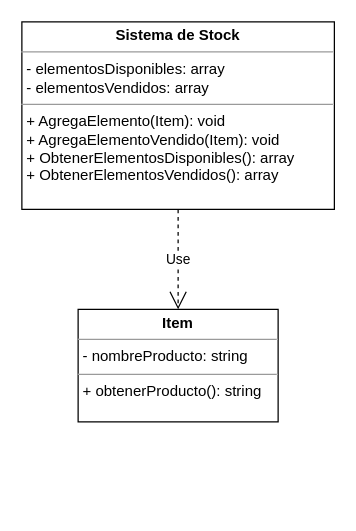
The draw.io diagram ejercicioNumero1/umlkiosco.drawio in ZulaicaE/primeraEntregaSegundoCuatri, before the edit. Source tidied: cells renumbered, new cells numbered last; positions are measured from the earlier drawing's top-left corner, leaving out a move shared by most shapes. Both pictures are drawn from the tidied source at 125%, with x=0, y=0 at pixel (21, 21).
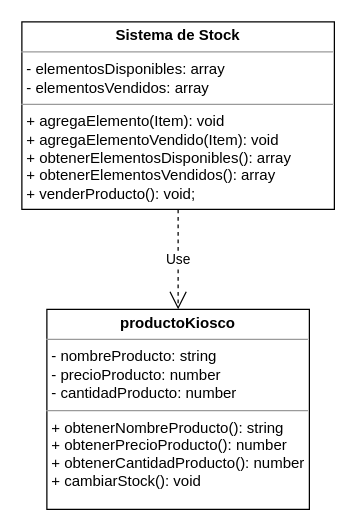
The same page after the edit.

Change to the diagram source:
```diff
@@
 <mxGraphModel>
   <root>
     <mxCell id="0" />
     <mxCell id="1" parent="0" />
-    <mxCell id="2" value="&lt;p style=&quot;margin:0px;margin-top:4px;text-align:center;&quot;&gt;&lt;b&gt;Sistema de Stock&lt;/b&gt;&lt;/p&gt;&lt;hr size=&quot;1&quot;&gt;&lt;p style=&quot;margin:0px;margin-left:4px;&quot;&gt;- elementosDisponibles: array&amp;nbsp;&lt;/p&gt;&lt;p style=&quot;margin:0px;margin-left:4px;&quot;&gt;- elementosVendidos: array&lt;/p&gt;&lt;hr size=&quot;1&quot;&gt;&lt;p style=&quot;margin:0px;margin-left:4px;&quot;&gt;+ AgregaElemento(Item): void&lt;/p&gt;&lt;p style=&quot;margin:0px;margin-left:4px;&quot;&gt;+ AgregaElementoVendido(Item): void&lt;/p&gt;&lt;p style=&quot;margin:0px;margin-left:4px;&quot;&gt;+ ObtenerElementosDisponibles(): array&lt;/p&gt;&lt;p style=&quot;margin:0px;margin-left:4px;&quot;&gt;+ ObtenerElementosVendidos(): array&lt;/p&gt;" style="verticalAlign=top;align=left;overflow=fill;fontSize=12;fontFamily=Helvetica;html=1;" parent="1" vertex="1">
+    <mxCell id="2" value="&lt;p style=&quot;margin:0px;margin-top:4px;text-align:center;&quot;&gt;&lt;b&gt;Sistema de Stock&lt;/b&gt;&lt;/p&gt;&lt;hr size=&quot;1&quot;&gt;&lt;p style=&quot;margin:0px;margin-left:4px;&quot;&gt;- elementosDisponibles: array&amp;nbsp;&lt;/p&gt;&lt;p style=&quot;margin:0px;margin-left:4px;&quot;&gt;- elementosVendidos: array&lt;/p&gt;&lt;hr size=&quot;1&quot;&gt;&lt;p style=&quot;margin:0px;margin-left:4px;&quot;&gt;+ agregaElemento(Item): void&lt;/p&gt;&lt;p style=&quot;margin:0px;margin-left:4px;&quot;&gt;+ agregaElementoVendido(Item): void&lt;/p&gt;&lt;p style=&quot;margin:0px;margin-left:4px;&quot;&gt;+ obtenerElementosDisponibles(): array&lt;/p&gt;&lt;p style=&quot;margin:0px;margin-left:4px;&quot;&gt;+ obtenerElementosVendidos(): array&lt;/p&gt;&lt;p style=&quot;margin:0px;margin-left:4px;&quot;&gt;+ venderProducto(): void;&lt;/p&gt;" style="verticalAlign=top;align=left;overflow=fill;fontSize=12;fontFamily=Helvetica;html=1;" parent="1" vertex="1">
       <mxGeometry width="250" height="150" as="geometry" />
     </mxCell>
-    <mxCell id="3" value="&lt;p style=&quot;margin:0px;margin-top:4px;text-align:center;&quot;&gt;&lt;b&gt;Item&lt;/b&gt;&lt;/p&gt;&lt;hr size=&quot;1&quot;&gt;&lt;p style=&quot;margin:0px;margin-left:4px;&quot;&gt;- nombreProducto: string&lt;/p&gt;&lt;hr size=&quot;1&quot;&gt;&lt;p style=&quot;margin:0px;margin-left:4px;&quot;&gt;+ obtenerProducto(): string&lt;/p&gt;" style="verticalAlign=top;align=left;overflow=fill;fontSize=12;fontFamily=Helvetica;html=1;" parent="1" vertex="1">
-      <mxGeometry x="45" y="230" width="160" height="90" as="geometry" />
+    <mxCell id="3" value="&lt;p style=&quot;margin:0px;margin-top:4px;text-align:center;&quot;&gt;&lt;b&gt;productoKiosco&lt;/b&gt;&lt;/p&gt;&lt;hr size=&quot;1&quot;&gt;&lt;p style=&quot;margin:0px;margin-left:4px;&quot;&gt;- nombreProducto: string&lt;/p&gt;&lt;p style=&quot;margin:0px;margin-left:4px;&quot;&gt;- precioProducto: number&lt;/p&gt;&lt;p style=&quot;margin:0px;margin-left:4px;&quot;&gt;- cantidadProducto: number&lt;/p&gt;&lt;hr size=&quot;1&quot;&gt;&lt;p style=&quot;margin:0px;margin-left:4px;&quot;&gt;+ obtenerNombreProducto(): string&lt;/p&gt;&lt;p style=&quot;margin:0px;margin-left:4px;&quot;&gt;+ obtenerPrecioProducto(): number&lt;/p&gt;&lt;p style=&quot;margin:0px;margin-left:4px;&quot;&gt;+ obtenerCantidadProducto(): number&lt;/p&gt;&lt;p style=&quot;margin:0px;margin-left:4px;&quot;&gt;+ cambiarStock(): void&lt;/p&gt;" style="verticalAlign=top;align=left;overflow=fill;fontSize=12;fontFamily=Helvetica;html=1;" parent="1" vertex="1">
+      <mxGeometry x="20" y="230" width="210" height="160" as="geometry" />
     </mxCell>
     <mxCell id="4" value="Use" style="endArrow=open;endSize=12;dashed=1;html=1;entryX=0.5;entryY=0;entryDx=0;entryDy=0;exitX=0.5;exitY=1;exitDx=0;exitDy=0;" parent="1" edge="1" source="2" target="3">
       <mxGeometry relative="1" as="geometry" />
     </mxCell>
   </root>
 </mxGraphModel>
```
